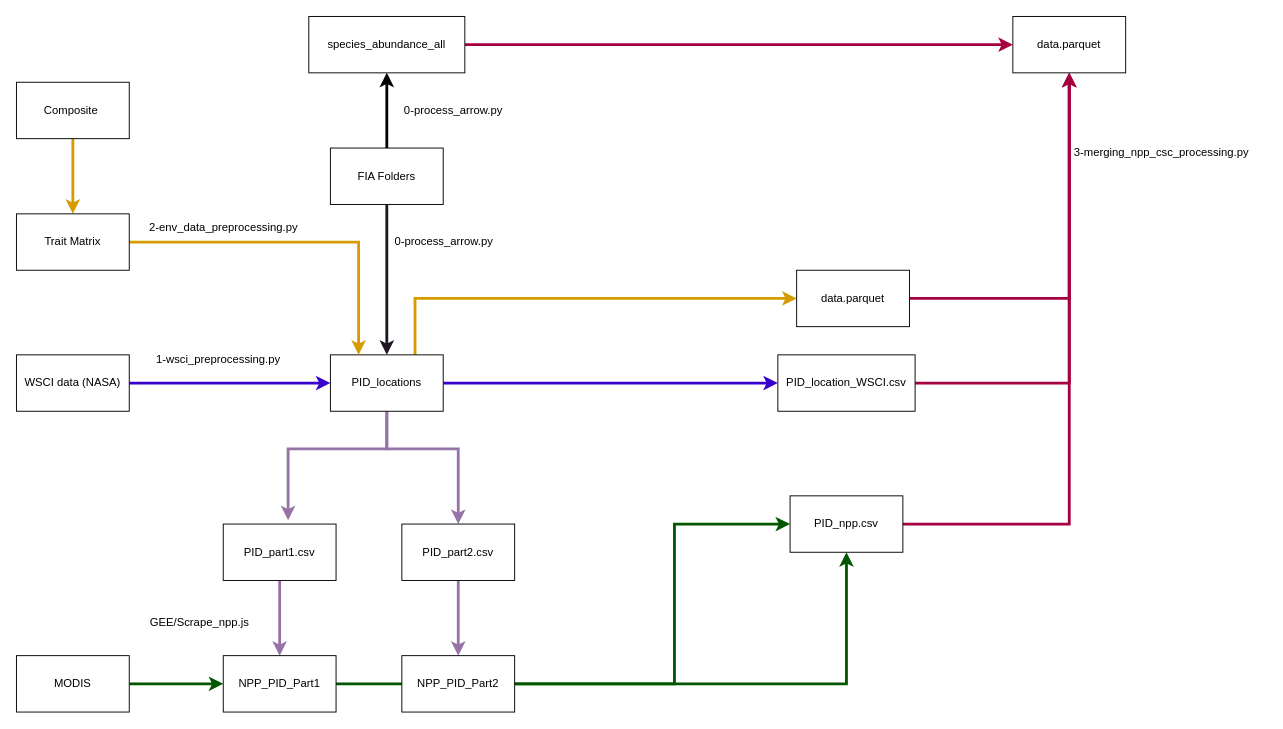
qiulinlx/FD_Stability keeps this draw.io diagram as visualisations/data_model.drawio. Above is the earlier version. Source tidied: cells renumbered, new cells numbered last; positions are measured from the earlier drawing's top-left corner, leaving out a move shared by most shapes. Both pictures are drawn from the tidied source at 94%, with x=0, y=0 at pixel (16, 16).
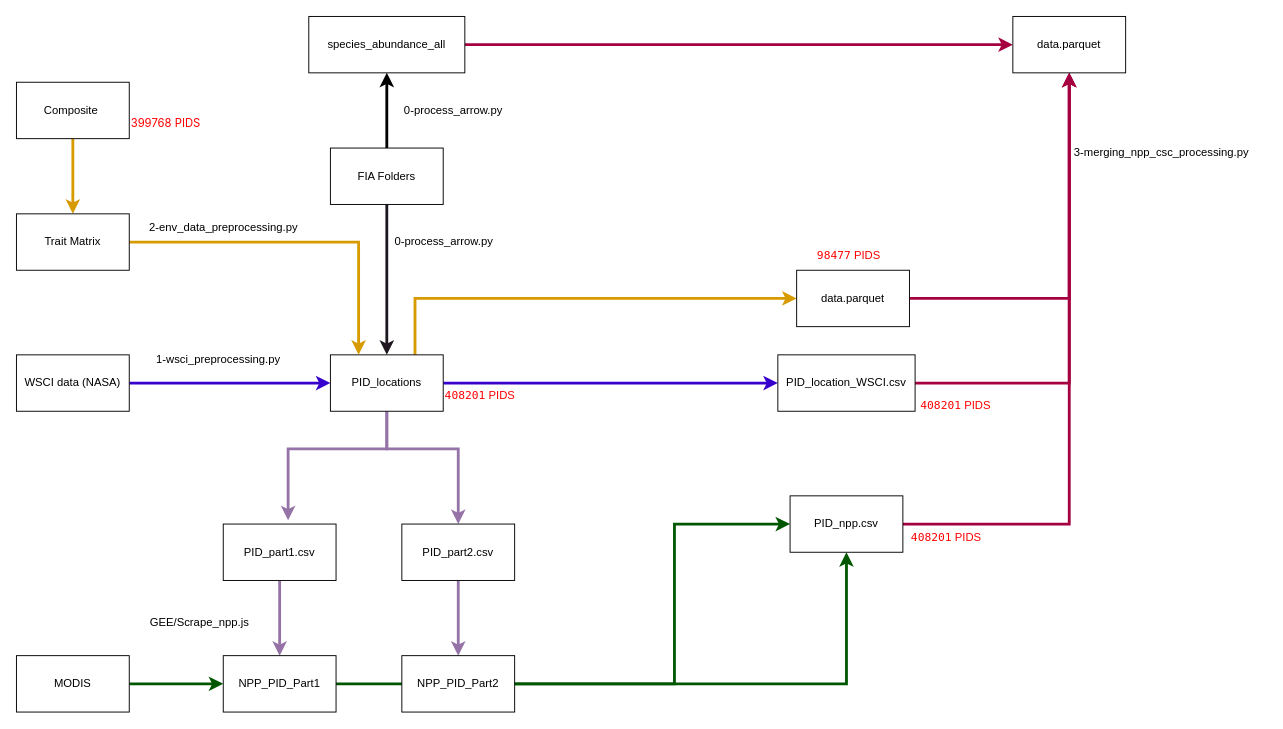
Above is the later version.

Diff of the diagram source:
```diff
@@
+    <mxCell id="41" value="&lt;span style=&quot;color: rgb(255, 0, 0);&quot;&gt;&lt;span style=&quot;font-family: Menlo, Monaco, &amp;quot;Courier New&amp;quot;, monospace; font-size: 12px; font-style: normal; font-variant-ligatures: normal; font-variant-caps: normal; font-weight: 400; letter-spacing: normal; text-align: start; text-indent: 0px; text-transform: none; word-spacing: 0px; -webkit-text-stroke-width: 0px; white-space: pre; text-decoration-thickness: initial; text-decoration-style: initial; text-decoration-color: initial; display: inline !important; float: none; color: rgb(255, 0, 0);&quot;&gt;408201&lt;/span&gt;&amp;nbsp;PIDS&amp;nbsp;&lt;/span&gt;" style="text;whiteSpace=wrap;html=1;" parent="1" vertex="1">
+      <mxGeometry x="454" y="390" width="80" height="40" as="geometry" />
+    </mxCell>
+    <mxCell id="42" value="&lt;span style=&quot;color: rgb(255, 0, 0);&quot;&gt;&lt;span style=&quot;font-family: Menlo, Monaco, &amp;quot;Courier New&amp;quot;, monospace; font-size: 12px; font-style: normal; font-variant-ligatures: normal; font-variant-caps: normal; font-weight: 400; letter-spacing: normal; text-align: start; text-indent: 0px; text-transform: none; word-spacing: 0px; -webkit-text-stroke-width: 0px; white-space: pre; text-decoration-thickness: initial; text-decoration-style: initial; text-decoration-color: initial; display: inline !important; float: none; color: rgb(255, 0, 0);&quot;&gt;408201&lt;/span&gt;&amp;nbsp;PIDS&amp;nbsp;&lt;/span&gt;" style="text;whiteSpace=wrap;html=1;" parent="1" vertex="1">
+      <mxGeometry x="960" y="400" width="80" height="40" as="geometry" />
+    </mxCell>
+    <mxCell id="43" value="&lt;span style=&quot;color: rgb(255, 0, 0);&quot;&gt;&lt;span style=&quot;font-family: Menlo, Monaco, &amp;quot;Courier New&amp;quot;, monospace; font-size: 12px; font-style: normal; font-variant-ligatures: normal; font-variant-caps: normal; font-weight: 400; letter-spacing: normal; text-align: start; text-indent: 0px; text-transform: none; word-spacing: 0px; -webkit-text-stroke-width: 0px; white-space: pre; text-decoration-thickness: initial; text-decoration-style: initial; text-decoration-color: initial; display: inline !important; float: none; color: rgb(255, 0, 0);&quot;&gt;408201&lt;/span&gt;&amp;nbsp;PIDS&amp;nbsp;&lt;/span&gt;" style="text;whiteSpace=wrap;html=1;" parent="1" vertex="1">
+      <mxGeometry x="950" y="540" width="80" height="40" as="geometry" />
+    </mxCell>
+    <mxCell id="44" value="&lt;span style=&quot;font-family: Menlo, Monaco, &amp;quot;Courier New&amp;quot;, monospace; font-size: 12px; font-style: normal; font-variant-ligatures: normal; font-variant-caps: normal; font-weight: 400; letter-spacing: normal; text-align: start; text-indent: 0px; text-transform: none; word-spacing: 0px; -webkit-text-stroke-width: 0px; white-space: pre; text-decoration-thickness: initial; text-decoration-style: initial; text-decoration-color: initial; display: inline !important; float: none; color: rgb(255, 0, 0);&quot;&gt;98477&lt;/span&gt;&lt;span style=&quot;color: rgb(255, 0, 0);&quot;&gt;&amp;nbsp;PIDS&amp;nbsp;&lt;/span&gt;" style="text;whiteSpace=wrap;html=1;" parent="1" vertex="1">
+      <mxGeometry x="850" y="240" width="80" height="40" as="geometry" />
+    </mxCell>
+    <mxCell id="45" value="&lt;span style=&quot;font-family: -apple-system, &amp;quot;system-ui&amp;quot;, sans-serif; font-size: 12px; font-style: normal; font-variant-ligatures: normal; font-variant-caps: normal; font-weight: 400; letter-spacing: normal; text-align: start; text-indent: 0px; text-transform: none; word-spacing: 0px; -webkit-text-stroke-width: 0px; white-space: normal; text-decoration-thickness: initial; text-decoration-style: initial; text-decoration-color: initial; display: inline !important; float: none;&quot;&gt;399768 PIDS&lt;/span&gt;" style="text;whiteSpace=wrap;html=1;fontColor=#FF0000;" parent="1" vertex="1">
+      <mxGeometry x="120" y="100" width="110" height="40" as="geometry" />
+    </mxCell>
```
